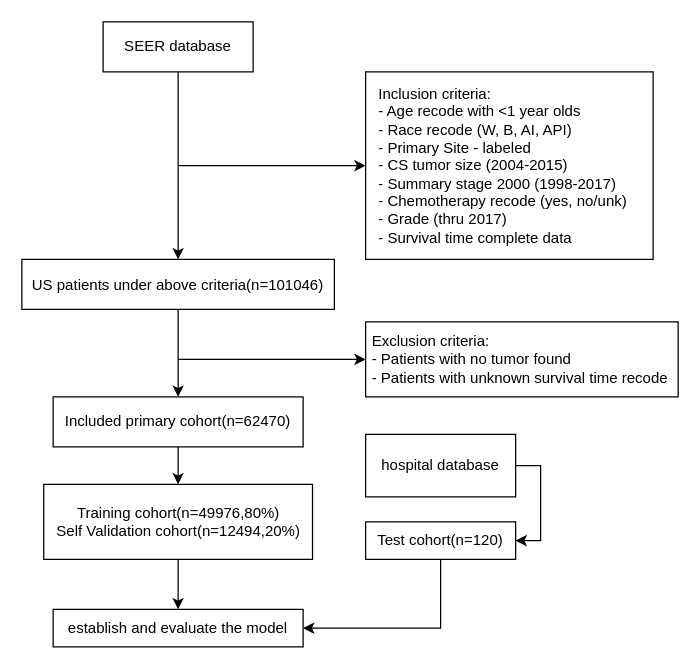
The draw.io diagram paper_database.drawio in akhialomgir/drawio, before the edit. Source tidied: cells renumbered, new cells numbered last; positions are measured from the earlier drawing's top-left corner, leaving out a move shared by most shapes. Both pictures are drawn from the tidied source at 125%, with x=0, y=0 at pixel (21, 21).
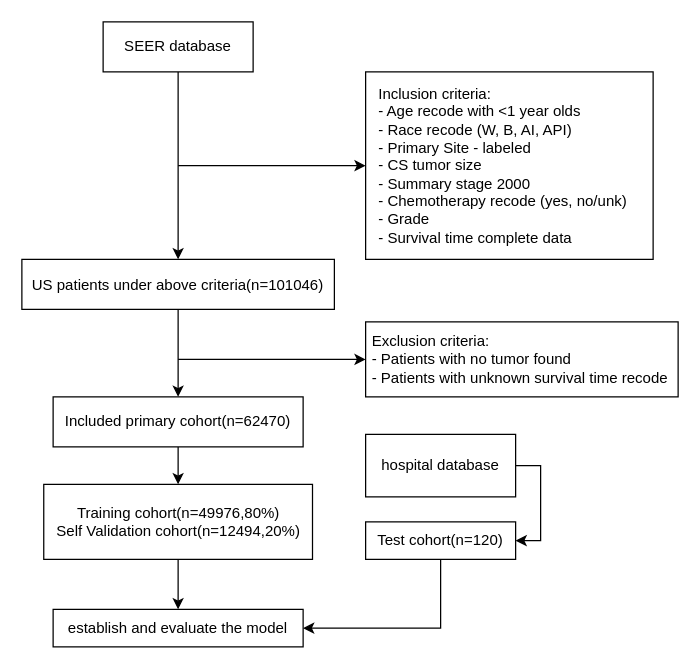
Above is the later version.

The edit, as a diff of the source:
```diff
@@
-    <mxCell id="7" value="&lt;div align=&quot;left&quot;&gt;Inclusion criteria:&lt;/div&gt;&lt;div align=&quot;left&quot;&gt;- Age recode with &amp;lt;1 year olds&lt;/div&gt;&lt;div align=&quot;left&quot;&gt;- Race recode (W, B, AI, API)&lt;/div&gt;&lt;div align=&quot;left&quot;&gt;- Primary Site - labeled&lt;/div&gt;&lt;div align=&quot;left&quot;&gt;- CS tumor size (2004-2015)&lt;/div&gt;&lt;div align=&quot;left&quot;&gt;- Summary stage 2000 (1998-2017)&amp;nbsp;&amp;nbsp; &lt;br&gt;&lt;/div&gt;&lt;div align=&quot;left&quot;&gt;- Chemotherapy recode (yes, no/unk)&amp;nbsp;&amp;nbsp;&amp;nbsp; &lt;br&gt;&lt;/div&gt;&lt;div align=&quot;left&quot;&gt;- Grade (thru 2017)&lt;/div&gt;&lt;div align=&quot;left&quot;&gt;- Survival time complete data&lt;br&gt;&lt;/div&gt;" style="rounded=0;whiteSpace=wrap;html=1;" parent="1" vertex="1">
+    <mxCell id="7" value="&lt;div align=&quot;left&quot;&gt;Inclusion criteria:&lt;/div&gt;&lt;div align=&quot;left&quot;&gt;- Age recode with &amp;lt;1 year olds&lt;/div&gt;&lt;div align=&quot;left&quot;&gt;- Race recode (W, B, AI, API)&lt;/div&gt;&lt;div align=&quot;left&quot;&gt;- Primary Site - labeled&lt;/div&gt;&lt;div align=&quot;left&quot;&gt;- CS tumor size&lt;br&gt;&lt;/div&gt;&lt;div align=&quot;left&quot;&gt;- Summary stage 2000&amp;nbsp;&amp;nbsp; &lt;br&gt;&lt;/div&gt;&lt;div align=&quot;left&quot;&gt;- Chemotherapy recode (yes, no/unk)&amp;nbsp;&amp;nbsp;&amp;nbsp; &lt;br&gt;&lt;/div&gt;&lt;div align=&quot;left&quot;&gt;- Grade&lt;br&gt;&lt;/div&gt;&lt;div align=&quot;left&quot;&gt;- Survival time complete data&lt;br&gt;&lt;/div&gt;" style="rounded=0;whiteSpace=wrap;html=1;" parent="1" vertex="1">
       <mxGeometry x="275" y="40" width="230" height="150" as="geometry" />
     </mxCell>
```
